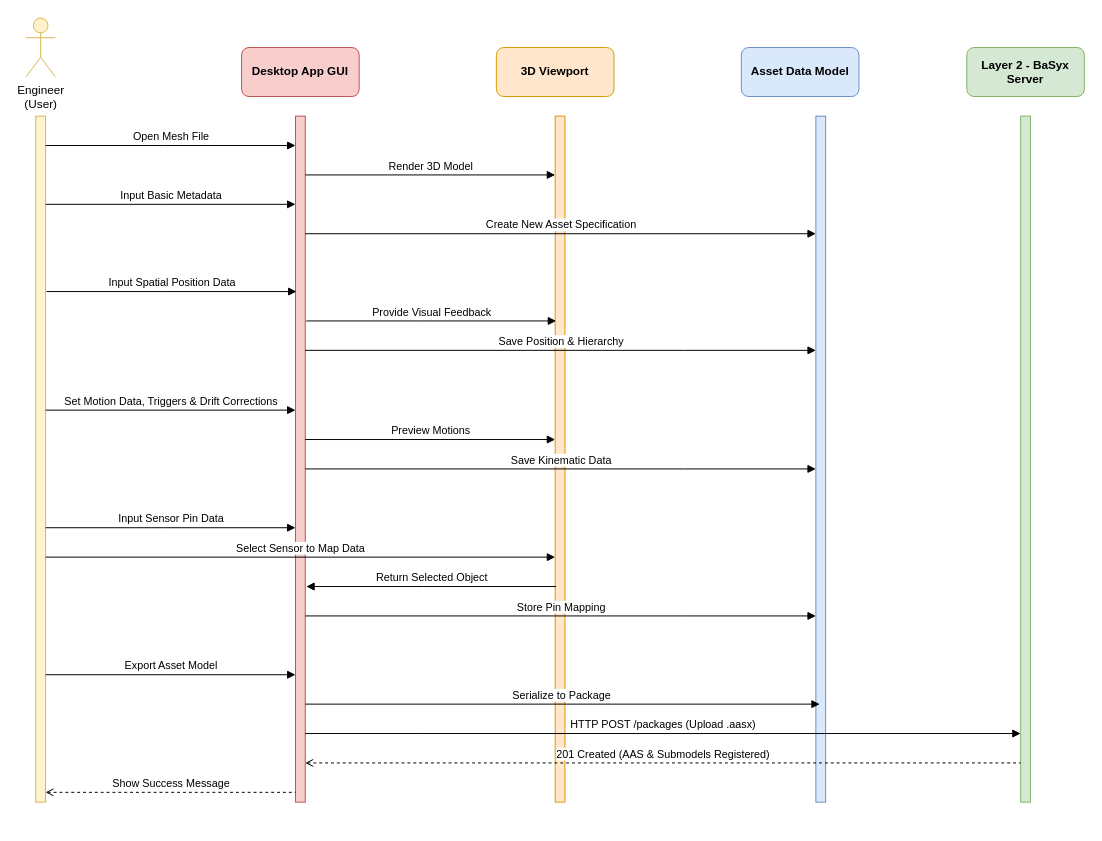
Earlier version of the draw.io diagram Documentos/drawio/sequence_layer1.drawio (TSGouveia/Tese). Source tidied: cells renumbered, new cells numbered last; positions are measured from the earlier drawing's top-left corner, leaving out a move shared by most shapes. Both pictures are drawn from the tidied source at 98%, with x=0, y=0 at pixel (25, 18).
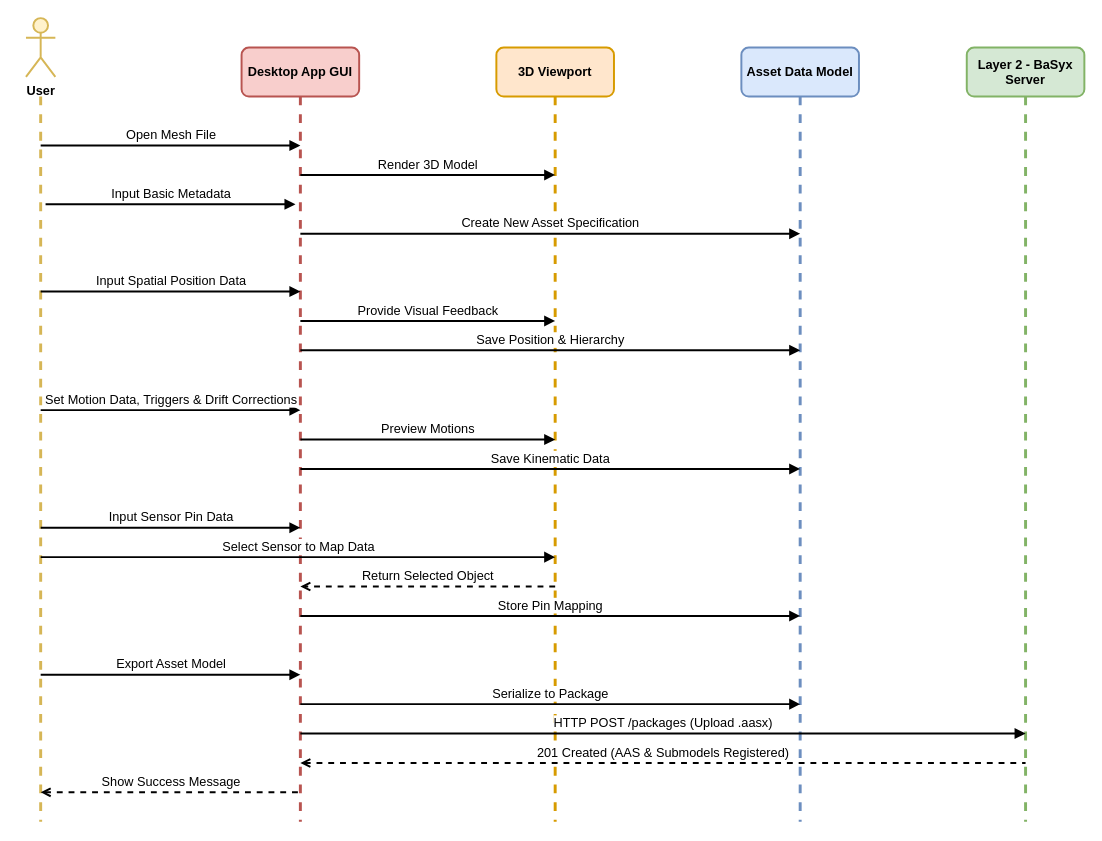
The same page after the edit.

What changed in the source:
```diff
@@
-    <mxCell id="2" style="html=1;points=[];perimeter=orthogonalPerimeter;outlineConnect=0;targetShapes=umlLifeline;portConstraint=eastwest;strokeColor=#d6b656;fillColor=#fff2cc;" parent="1" vertex="1">
-      <mxGeometry x="10" y="100" width="10" height="700" as="geometry" />
+    <mxCell id="2" style="endArrow=none;dashed=1;strokeColor=#d6b656;strokeWidth=3;fontSize=13;" parent="1" edge="1">
+      <mxGeometry relative="1" as="geometry">
+        <mxPoint x="15" y="80" as="sourcePoint" />
+        <mxPoint x="15" y="820" as="targetPoint" />
+      </mxGeometry>
     </mxCell>
-    <mxCell id="3" value="Desktop App GUI" style="rounded=1;whiteSpace=wrap;html=1;fillColor=#f8cecc;strokeColor=#b85450;fontStyle=1;" parent="1" vertex="1">
+    <mxCell id="3" value="Desktop App GUI" style="rounded=1;whiteSpace=wrap;html=1;fillColor=#f8cecc;strokeColor=#b85450;fontStyle=1;strokeWidth=2;fontSize=13;" parent="1" vertex="1">
       <mxGeometry x="220" y="30" width="120" height="50" as="geometry" />
     </mxCell>
-    <mxCell id="4" style="html=1;points=[];perimeter=orthogonalPerimeter;outlineConnect=0;targetShapes=umlLifeline;portConstraint=eastwest;strokeColor=#b85450;fillColor=#f8cecc;" parent="1" vertex="1">
-      <mxGeometry x="275" y="100" width="10" height="700" as="geometry" />
+    <mxCell id="4" style="endArrow=none;dashed=1;strokeColor=#b85450;strokeWidth=3;fontSize=13;" parent="1" edge="1">
+      <mxGeometry relative="1" as="geometry">
+        <mxPoint x="280" y="80" as="sourcePoint" />
+        <mxPoint x="280" y="820" as="targetPoint" />
+      </mxGeometry>
     </mxCell>
-    <mxCell id="5" value="3D Viewport" style="rounded=1;whiteSpace=wrap;html=1;fillColor=#ffe6cc;strokeColor=#d79b00;fontStyle=1;" parent="1" vertex="1">
+    <mxCell id="5" value="3D Viewport" style="rounded=1;whiteSpace=wrap;html=1;fillColor=#ffe6cc;strokeColor=#d79b00;fontStyle=1;strokeWidth=2;fontSize=13;" parent="1" vertex="1">
       <mxGeometry x="480" y="30" width="120" height="50" as="geometry" />
     </mxCell>
-    <mxCell id="6" style="html=1;points=[];perimeter=orthogonalPerimeter;outlineConnect=0;targetShapes=umlLifeline;portConstraint=eastwest;strokeColor=#d79b00;fillColor=#ffe6cc;" parent="1" vertex="1">
-      <mxGeometry x="540" y="100" width="10" height="700" as="geometry" />
+    <mxCell id="6" style="endArrow=none;dashed=1;strokeColor=#d79b00;strokeWidth=3;fontSize=13;" parent="1" edge="1">
+      <mxGeometry relative="1" as="geometry">
+        <mxPoint x="540" y="80" as="sourcePoint" />
+        <mxPoint x="540" y="820" as="targetPoint" />
+      </mxGeometry>
     </mxCell>
-    <mxCell id="7" value="Asset Data Model" style="rounded=1;whiteSpace=wrap;html=1;fillColor=#dae8fc;strokeColor=#6c8ebf;fontStyle=1;" parent="1" vertex="1">
+    <mxCell id="7" value="Asset Data Model" style="rounded=1;whiteSpace=wrap;html=1;fillColor=#dae8fc;strokeColor=#6c8ebf;fontStyle=1;strokeWidth=2;fontSize=13;" parent="1" vertex="1">
       <mxGeometry x="730" y="30" width="120" height="50" as="geometry" />
     </mxCell>
-    <mxCell id="8" style="html=1;points=[];perimeter=orthogonalPerimeter;outlineConnect=0;targetShapes=umlLifeline;portConstraint=eastwest;strokeColor=#6c8ebf;fillColor=#dae8fc;" parent="1" vertex="1">
-      <mxGeometry x="806" y="100" width="10" height="700" as="geometry" />
+    <mxCell id="8" style="endArrow=none;dashed=1;strokeColor=#6c8ebf;strokeWidth=3;fontSize=13;" parent="1" edge="1">
+      <mxGeometry relative="1" as="geometry">
+        <mxPoint x="790" y="80" as="sourcePoint" />
+        <mxPoint x="790" y="820" as="targetPoint" />
+      </mxGeometry>
     </mxCell>
-    <mxCell id="9" value="Layer 2 - BaSyx&lt;br&gt;Server" style="rounded=1;whiteSpace=wrap;html=1;fillColor=#d5e8d4;strokeColor=#82b366;fontStyle=1;" parent="1" vertex="1">
+    <mxCell id="9" value="Layer 2 - BaSyx&lt;br&gt;Server" style="rounded=1;whiteSpace=wrap;html=1;fillColor=#d5e8d4;strokeColor=#82b366;fontStyle=1;strokeWidth=2;fontSize=13;" parent="1" vertex="1">
       <mxGeometry x="960" y="30" width="120" height="50" as="geometry" />
     </mxCell>
-    <mxCell id="10" style="html=1;perimeter=orthogonalPerimeter;targetShapes=umlLifeline;strokeColor=#82b366;fillColor=#d5e8d4;" parent="1" vertex="1">
-      <mxGeometry x="1015" y="100" width="10" height="700" as="geometry" />
+    <mxCell id="10" style="endArrow=none;dashed=1;strokeColor=#82b366;strokeWidth=3;fontSize=13;" parent="1" edge="1">
+      <mxGeometry relative="1" as="geometry">
+        <mxPoint x="1020" y="80" as="sourcePoint" />
+        <mxPoint x="1020" y="820" as="targetPoint" />
+      </mxGeometry>
     </mxCell>
-    <mxCell id="11" value="Open Mesh File" style="html=1;verticalAlign=bottom;endArrow=block;edgeStyle=elbowEdgeStyle;elbow=vertical;rounded=0;" parent="1" edge="1" source="2" target="4">
+    <mxCell id="11" value="Open Mesh File" style="html=1;verticalAlign=bottom;endArrow=block;edgeStyle=elbowEdgeStyle;elbow=vertical;rounded=0;strokeWidth=2;fontSize=13;" parent="1" edge="1">
       <mxGeometry relative="1" as="geometry">
+        <mxPoint x="15" y="130" as="sourcePoint" />
+        <mxPoint x="280" y="130" as="targetPoint" />
         <Array as="points">
           <mxPoint x="140" y="130" />
         </Array>
       </mxGeometry>
     </mxCell>
-    <mxCell id="12" value="Render 3D Model" style="html=1;verticalAlign=bottom;endArrow=block;edgeStyle=elbowEdgeStyle;elbow=vertical;rounded=0;" parent="1" edge="1" source="4" target="6">
+    <mxCell id="12" value="Render 3D Model" style="html=1;verticalAlign=bottom;endArrow=block;edgeStyle=elbowEdgeStyle;elbow=vertical;rounded=0;strokeWidth=2;fontSize=13;" parent="1" edge="1">
       <mxGeometry relative="1" as="geometry">
+        <mxPoint x="280" y="160" as="sourcePoint" />
+        <mxPoint x="540" y="160" as="targetPoint" />
         <Array as="points">
           <mxPoint x="400" y="160" />
         </Array>
       </mxGeometry>
     </mxCell>
-    <mxCell id="13" value="Input Basic Metadata" style="html=1;verticalAlign=bottom;endArrow=block;edgeStyle=elbowEdgeStyle;elbow=vertical;rounded=0;" parent="1" edge="1">
+    <mxCell id="13" value="Input Basic Metadata" style="html=1;verticalAlign=bottom;endArrow=block;edgeStyle=elbowEdgeStyle;elbow=vertical;rounded=0;strokeWidth=2;fontSize=13;" parent="1" edge="1">
       <mxGeometry relative="1" as="geometry">
         <mxPoint x="20" y="190" as="sourcePoint" />
         <mxPoint x="275" y="190" as="targetPoint" />
         <Array as="points">
           <mxPoint x="140" y="190" />
         </Array>
       </mxGeometry>
     </mxCell>
-    <mxCell id="14" value="Engineer&#10;(User)" style="shape=umlActor;verticalLabelPosition=bottom;verticalAlign=top;html=1;fillColor=#fff2cc;strokeColor=#d6b656;" parent="1" vertex="1">
+    <mxCell id="14" value="User" style="shape=umlActor;verticalLabelPosition=bottom;verticalAlign=top;html=1;fillColor=#fff2cc;strokeColor=#d6b656;strokeWidth=2;fontSize=13;fontStyle=1;" parent="1" vertex="1">
       <mxGeometry width="30" height="60" as="geometry" />
     </mxCell>
-    <mxCell id="15" value="Create New Asset Specification" style="html=1;verticalAlign=bottom;endArrow=block;edgeStyle=elbowEdgeStyle;elbow=vertical;rounded=0;" parent="1" edge="1" target="8">
+    <mxCell id="15" value="Create New Asset Specification" style="html=1;verticalAlign=bottom;endArrow=block;edgeStyle=elbowEdgeStyle;elbow=vertical;rounded=0;strokeWidth=2;fontSize=13;" parent="1" edge="1">
       <mxGeometry relative="1" as="geometry">
-        <mxPoint x="285" y="220" as="sourcePoint" />
+        <mxPoint x="280" y="220" as="sourcePoint" />
+        <mxPoint x="790" y="220" as="targetPoint" />
         <Array as="points">
           <mxPoint x="400" y="220" />
         </Array>
       </mxGeometry>
     </mxCell>
-    <mxCell id="16" value="Input Spatial Position Data" style="html=1;verticalAlign=bottom;endArrow=block;edgeStyle=elbowEdgeStyle;elbow=vertical;rounded=0;" parent="1" edge="1">
+    <mxCell id="16" value="Input Spatial Position Data" style="html=1;verticalAlign=bottom;endArrow=block;edgeStyle=elbowEdgeStyle;elbow=vertical;rounded=0;strokeWidth=2;fontSize=13;" parent="1" edge="1">
       <mxGeometry relative="1" as="geometry">
-        <mxPoint x="21" y="279" as="sourcePoint" />
-        <mxPoint x="276" y="279" as="targetPoint" />
+        <mxPoint x="15" y="279" as="sourcePoint" />
+        <mxPoint x="280" y="279" as="targetPoint" />
         <Array as="points">
-          <mxPoint x="141" y="279" />
+          <mxPoint x="140" y="279" />
         </Array>
       </mxGeometry>
     </mxCell>
-    <mxCell id="17" value="Provide Visual Feedback" style="html=1;verticalAlign=bottom;endArrow=block;edgeStyle=elbowEdgeStyle;elbow=vertical;rounded=0;" parent="1" edge="1">
+    <mxCell id="17" value="Provide Visual Feedback" style="html=1;verticalAlign=bottom;endArrow=block;edgeStyle=elbowEdgeStyle;elbow=vertical;rounded=0;strokeWidth=2;fontSize=13;" parent="1" edge="1">
       <mxGeometry relative="1" as="geometry">
-        <mxPoint x="286" y="309" as="sourcePoint" />
-        <mxPoint x="541" y="309" as="targetPoint" />
+        <mxPoint x="280" y="309" as="sourcePoint" />
+        <mxPoint x="540" y="309" as="targetPoint" />
         <Array as="points">
           <mxPoint x="406" y="309" />
         </Array>
       </mxGeometry>
     </mxCell>
-    <mxCell id="18" value="Save Position &amp;amp; Hierarchy" style="html=1;verticalAlign=bottom;endArrow=block;edgeStyle=elbowEdgeStyle;elbow=vertical;rounded=0;" parent="1" edge="1" source="4">
+    <mxCell id="18" value="Save Position &amp;amp; Hierarchy" style="html=1;verticalAlign=bottom;endArrow=block;edgeStyle=elbowEdgeStyle;elbow=vertical;rounded=0;strokeWidth=2;fontSize=13;" parent="1" edge="1">
       <mxGeometry relative="1" as="geometry">
-        <mxPoint x="806" y="339" as="targetPoint" />
+        <mxPoint x="280" y="339" as="sourcePoint" />
+        <mxPoint x="790" y="339" as="targetPoint" />
         <Array as="points">
           <mxPoint x="671" y="339" />
         </Array>
       </mxGeometry>
     </mxCell>
-    <mxCell id="19" value="Set Motion Data, Triggers &amp;amp; Drift Corrections" style="html=1;verticalAlign=bottom;endArrow=block;edgeStyle=elbowEdgeStyle;elbow=vertical;rounded=0;" parent="1" edge="1">
+    <mxCell id="19" value="Set Motion Data, Triggers &amp;amp; Drift Corrections" style="html=1;verticalAlign=bottom;endArrow=block;edgeStyle=elbowEdgeStyle;elbow=vertical;rounded=0;strokeWidth=2;fontSize=13;" parent="1" edge="1">
       <mxGeometry relative="1" as="geometry">
-        <mxPoint x="20" y="400" as="sourcePoint" />
-        <mxPoint x="275" y="400" as="targetPoint" />
+        <mxPoint x="15" y="400" as="sourcePoint" />
+        <mxPoint x="280" y="400" as="targetPoint" />
         <Array as="points">
           <mxPoint x="140" y="400" />
         </Array>
       </mxGeometry>
     </mxCell>
-    <mxCell id="20" value="Preview Motions" style="html=1;verticalAlign=bottom;endArrow=block;edgeStyle=elbowEdgeStyle;elbow=vertical;rounded=0;" parent="1" edge="1">
+    <mxCell id="20" value="Preview Motions" style="html=1;verticalAlign=bottom;endArrow=block;edgeStyle=elbowEdgeStyle;elbow=vertical;rounded=0;strokeWidth=2;fontSize=13;" parent="1" edge="1">
       <mxGeometry relative="1" as="geometry">
-        <mxPoint x="285" y="430" as="sourcePoint" />
+        <mxPoint x="280" y="430" as="sourcePoint" />
         <mxPoint x="540" y="430" as="targetPoint" />
         <Array as="points">
           <mxPoint x="405" y="430" />
         </Array>
       </mxGeometry>
     </mxCell>
-    <mxCell id="21" value="Save Kinematic Data" style="html=1;verticalAlign=bottom;endArrow=block;edgeStyle=elbowEdgeStyle;elbow=vertical;rounded=0;" parent="1" edge="1" source="4">
+    <mxCell id="21" value="Save Kinematic Data" style="html=1;verticalAlign=bottom;endArrow=block;edgeStyle=elbowEdgeStyle;elbow=vertical;rounded=0;strokeWidth=2;fontSize=13;" parent="1" edge="1">
       <mxGeometry relative="1" as="geometry">
-        <mxPoint x="806" y="460" as="targetPoint" />
+        <mxPoint x="280" y="460" as="sourcePoint" />
+        <mxPoint x="790" y="460" as="targetPoint" />
         <Array as="points">
           <mxPoint x="671" y="460" />
         </Array>
       </mxGeometry>
     </mxCell>
-    <mxCell id="22" value="Select Sensor to Map Data" style="html=1;verticalAlign=bottom;endArrow=block;edgeStyle=elbowEdgeStyle;elbow=vertical;rounded=0;" parent="1" edge="1">
+    <mxCell id="22" value="Select Sensor to Map Data" style="html=1;verticalAlign=bottom;endArrow=block;edgeStyle=elbowEdgeStyle;elbow=vertical;rounded=0;strokeWidth=2;fontSize=13;" parent="1" edge="1">
       <mxGeometry relative="1" as="geometry">
-        <mxPoint x="20" y="550" as="sourcePoint" />
+        <mxPoint x="15" y="550" as="sourcePoint" />
         <mxPoint x="540" y="550" as="targetPoint" />
         <Array as="points">
           <mxPoint x="140" y="550" />
         </Array>
       </mxGeometry>
     </mxCell>
-    <mxCell id="23" value="Input Sensor Pin Data" style="html=1;verticalAlign=bottom;endArrow=block;edgeStyle=elbowEdgeStyle;elbow=vertical;rounded=0;" parent="1" edge="1">
+    <mxCell id="23" value="Input Sensor Pin Data" style="html=1;verticalAlign=bottom;endArrow=block;edgeStyle=elbowEdgeStyle;elbow=vertical;rounded=0;strokeWidth=2;fontSize=13;" parent="1" edge="1">
       <mxGeometry relative="1" as="geometry">
-        <mxPoint x="20" y="520" as="sourcePoint" />
-        <mxPoint x="275" y="520" as="targetPoint" />
+        <mxPoint x="15" y="520" as="sourcePoint" />
+        <mxPoint x="280" y="520" as="targetPoint" />
         <Array as="points">
           <mxPoint x="140" y="520" />
         </Array>
       </mxGeometry>
     </mxCell>
-    <mxCell id="24" value="Store Pin Mapping" style="html=1;verticalAlign=bottom;endArrow=block;edgeStyle=elbowEdgeStyle;elbow=vertical;rounded=0;" parent="1" edge="1">
+    <mxCell id="24" value="Store Pin Mapping" style="html=1;verticalAlign=bottom;endArrow=block;edgeStyle=elbowEdgeStyle;elbow=vertical;rounded=0;strokeWidth=2;fontSize=13;" parent="1" edge="1">
       <mxGeometry relative="1" as="geometry">
-        <mxPoint x="285" y="610" as="sourcePoint" />
-        <mxPoint x="806" y="610" as="targetPoint" />
+        <mxPoint x="280" y="610" as="sourcePoint" />
+        <mxPoint x="790" y="610" as="targetPoint" />
         <Array as="points">
           <mxPoint x="671" y="610" />
         </Array>
       </mxGeometry>
     </mxCell>
-    <mxCell id="25" value="Export Asset Model" style="html=1;verticalAlign=bottom;endArrow=block;edgeStyle=elbowEdgeStyle;elbow=vertical;rounded=0;" parent="1" edge="1">
+    <mxCell id="25" value="Export Asset Model" style="html=1;verticalAlign=bottom;endArrow=block;edgeStyle=elbowEdgeStyle;elbow=vertical;rounded=0;strokeWidth=2;fontSize=13;" parent="1" edge="1">
       <mxGeometry relative="1" as="geometry">
-        <mxPoint x="20" y="670" as="sourcePoint" />
-        <mxPoint x="275" y="670" as="targetPoint" />
+        <mxPoint x="15" y="670" as="sourcePoint" />
+        <mxPoint x="280" y="670" as="targetPoint" />
         <Array as="points">
           <mxPoint x="140" y="670" />
         </Array>
       </mxGeometry>
     </mxCell>
-    <mxCell id="26" value="Serialize to Package&amp;nbsp;" style="html=1;verticalAlign=bottom;endArrow=block;edgeStyle=elbowEdgeStyle;elbow=vertical;rounded=0;entryX=0.4;entryY=0.838;entryDx=0;entryDy=0;entryPerimeter=0;" parent="1" edge="1">
+    <mxCell id="26" value="Serialize to Package" style="html=1;verticalAlign=bottom;endArrow=block;edgeStyle=elbowEdgeStyle;elbow=vertical;rounded=0;strokeWidth=2;fontSize=13;" parent="1" edge="1">
       <mxGeometry relative="1" as="geometry">
-        <mxPoint x="285" y="700" as="sourcePoint" />
-        <mxPoint x="810" y="699.8" as="targetPoint" />
+        <mxPoint x="280" y="700" as="sourcePoint" />
+        <mxPoint x="790" y="700" as="targetPoint" />
         <Array as="points">
           <mxPoint x="405" y="700" />
         </Array>
       </mxGeometry>
     </mxCell>
-    <mxCell id="27" value="HTTP POST /packages (Upload .aasx)" style="html=1;verticalAlign=bottom;endArrow=block;edgeStyle=elbowEdgeStyle;elbow=vertical;rounded=0;" parent="1" edge="1">
+    <mxCell id="27" value="HTTP POST /packages (Upload .aasx)" style="html=1;verticalAlign=bottom;endArrow=block;edgeStyle=elbowEdgeStyle;elbow=vertical;rounded=0;strokeWidth=2;fontSize=13;" parent="1" edge="1">
       <mxGeometry relative="1" as="geometry">
-        <mxPoint x="285" y="730" as="sourcePoint" />
-        <mxPoint x="1015" y="730" as="targetPoint" />
+        <mxPoint x="280" y="730" as="sourcePoint" />
+        <mxPoint x="1020" y="730" as="targetPoint" />
         <Array as="points">
           <mxPoint x="405" y="730" />
         </Array>
       </mxGeometry>
     </mxCell>
-    <mxCell id="28" value="201 Created (AAS &amp;amp; Submodels Registered)" style="html=1;verticalAlign=bottom;endArrow=none;edgeStyle=elbowEdgeStyle;elbow=vertical;rounded=0;endFill=0;startArrow=open;startFill=0;dashed=1;" parent="1" edge="1">
+    <mxCell id="28" value="201 Created (AAS &amp;amp; Submodels Registered)" style="html=1;verticalAlign=bottom;endArrow=none;edgeStyle=elbowEdgeStyle;elbow=vertical;rounded=0;endFill=0;startArrow=open;startFill=0;dashed=1;strokeWidth=2;fontSize=13;" parent="1" edge="1">
       <mxGeometry relative="1" as="geometry">
-        <mxPoint x="285" y="760" as="sourcePoint" />
-        <mxPoint x="1015" y="760" as="targetPoint" />
+        <mxPoint x="280" y="760" as="sourcePoint" />
+        <mxPoint x="1020" y="760" as="targetPoint" />
         <Array as="points">
           <mxPoint x="405" y="760" />
         </Array>
       </mxGeometry>
     </mxCell>
-    <mxCell id="29" value="Show Success Message" style="html=1;verticalAlign=bottom;endArrow=none;edgeStyle=elbowEdgeStyle;elbow=vertical;rounded=0;endFill=0;startArrow=open;startFill=0;dashed=1;strokeColor=default;align=center;fontFamily=Helvetica;fontSize=11;fontColor=default;labelBackgroundColor=default;" parent="1" edge="1">
+    <mxCell id="29" value="Show Success Message" style="html=1;verticalAlign=bottom;endArrow=none;edgeStyle=elbowEdgeStyle;elbow=vertical;rounded=0;endFill=0;startArrow=open;startFill=0;dashed=1;strokeColor=default;align=center;fontFamily=Helvetica;fontSize=13;fontColor=default;labelBackgroundColor=default;strokeWidth=2;" parent="1" edge="1">
       <mxGeometry relative="1" as="geometry">
-        <mxPoint x="20" y="790" as="sourcePoint" />
-        <mxPoint x="275" y="790" as="targetPoint" />
+        <mxPoint x="15" y="790" as="sourcePoint" />
+        <mxPoint x="280" y="790" as="targetPoint" />
         <Array as="points">
           <mxPoint x="140" y="790" />
         </Array>
       </mxGeometry>
     </mxCell>
-    <mxCell id="30" value="Return Selected Object" style="html=1;verticalAlign=bottom;endArrow=none;edgeStyle=elbowEdgeStyle;elbow=vertical;rounded=0;startArrow=block;startFill=1;endFill=0;" parent="1" edge="1">
+    <mxCell id="30" value="Return Selected Object" style="html=1;verticalAlign=bottom;endArrow=open;edgeStyle=elbowEdgeStyle;elbow=vertical;rounded=0;dashed=1;strokeWidth=2;fontSize=13;" parent="1" edge="1">
       <mxGeometry relative="1" as="geometry">
-        <mxPoint x="286" y="580" as="sourcePoint" />
-        <mxPoint x="541" y="580" as="targetPoint" />
+        <mxPoint x="540" y="580" as="sourcePoint" />
+        <mxPoint x="280" y="580" as="targetPoint" />
         <Array as="points">
           <mxPoint x="406" y="580" />
         </Array>
       </mxGeometry>
     </mxCell>
```
